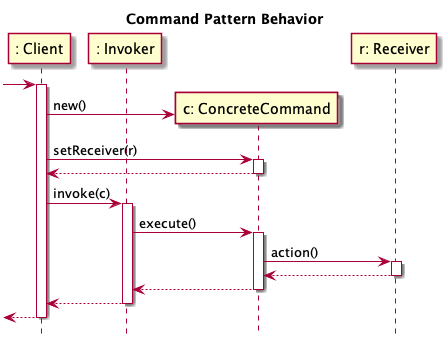
ace-lectures/pattern-repository keeps this PlantUML diagram as comportement/command/uml/command_sd.png. Above is the earlier version. The source it was exported from:
```plantuml
@startuml

hide footbox
title Command Pattern Behavior

participant ": Client" as C
participant ": Invoker" as I

[-> C:
activate C
create "c: ConcreteCommand" as CC
C -> CC: new()
C -> CC: setReceiver(r)
activate CC
CC --> C
deactivate CC


participant "r: Receiver" as R

C -> I: invoke(c)
activate I
I -> CC: execute()
activate CC
CC -> R: action()
activate R
R --> CC
deactivate R
CC --> I
deactivate CC
I --> C
deactivate I

[<-- C:
deactivate C

@enduml
```
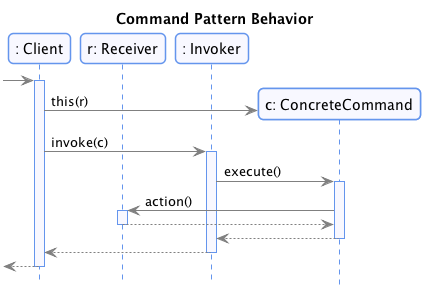
Later version of the same file.

What changed in the source:
```diff
@@ -1,22 +1,73 @@
 @startuml
 
+skinparam nodesep 75
+skinparam ranksep 50
+hide empty members
+
+skinparam monochrome  false
+skinparam shadowing   false
+skinparam roundcorner 10
+skinparam linetype polyline
+
+skinparam class {
+    BackgroundColor GhostWhite
+    ArrowColor      Gray
+    BorderColor     Black
+    fontColor       CornFlowerBlue
+}
+
+skinparam state {
+    BackgroundColor GhostWhite
+    ArrowColor      Gray
+    BorderColor     Black
+    fontColor       CornFlowerBlue
+}
+
+skinparam object {
+    BackgroundColor GhostWhite
+    ArrowColor      Gray
+    BorderColor     Black
+}
+
+skinparam package<<Layout>> {
+  borderColor         Transparent
+  backgroundColor     Transparent
+  fontColor           Transparent
+  stereotypeFontColor Transparent
+}
+
+skinparam sequence {
+	ArrowColor                  Gray
+  LifeLineBorderColor         CornFlowerBlue
+  LifeLineBackgroundColor     GhostWhite
+	ParticipantBorderColor      CornFlowerBlue
+	ParticipantBackgroundColor  GhostWhite
+  ActorBorderColor            CornFlowerBlue
+	ActorBackgroundColor        GhostWhite
+  BoxBorderColor         CornFlowerBlue
+  BoxBackgroundColor         GhostWhite
+}
+
+skinparam stereotypeCBackgroundColor CornflowerBlue
+
 hide footbox
+hide empty members
+
+skinparam note {
+ BackgroundColor GhostWhite
+ BorderColor         CornFlowerBlue
+}
+
 title Command Pattern Behavior
 
 participant ": Client" as C
+participant "r: Receiver" as R
 participant ": Invoker" as I
 
 [-> C:
 activate C
 create "c: ConcreteCommand" as CC
-C -> CC: new()
-C -> CC: setReceiver(r)
-activate CC
-CC --> C
-deactivate CC
-
-
-participant "r: Receiver" as R
+C -> CC: this(r)
 
 C -> I: invoke(c)
 activate I
```
